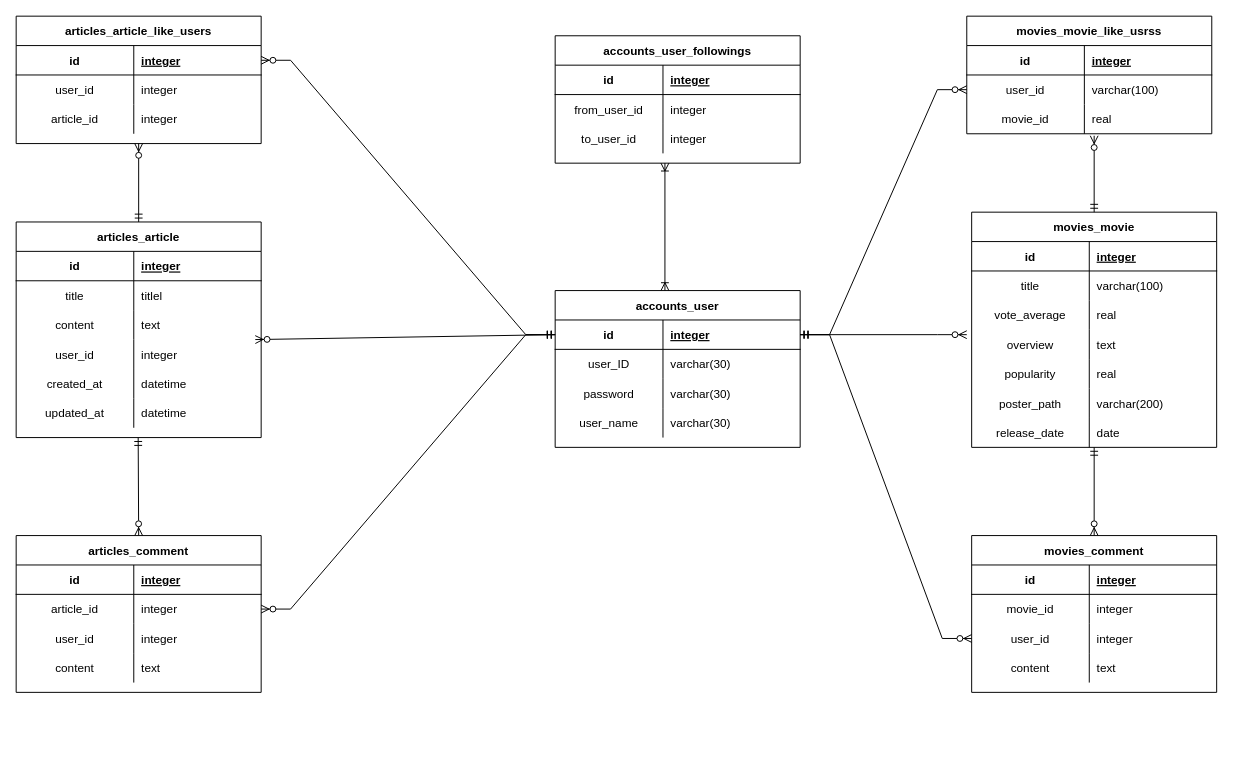
Above: MovieCloud_ERD.drawio in sonesonjabgo/MovieCloud_pjt (draw.io), before the change. Source tidied: cells renumbered, new cells numbered last; positions are measured from the earlier drawing's top-left corner, leaving out a move shared by most shapes. Both pictures are drawn from the tidied source at 98%, with x=0, y=0 at pixel (16, 16).
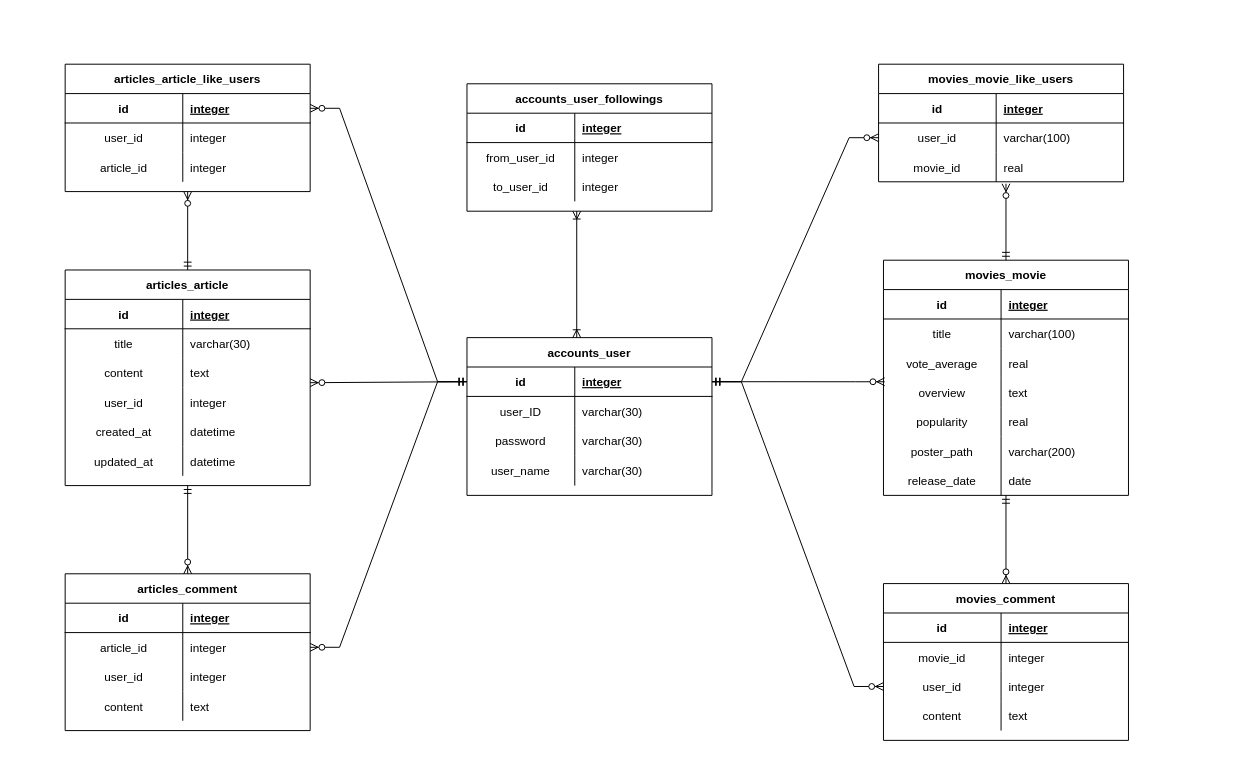
The same diagram, later.

Unchanged cells that the change refers to:
```xml
<mxCell id="3" style="shape=partialRectangle;fillColor=none;points=[[0,0.5],[1,0.5]];portConstraint=eastwest;top=0;left=0;right=0;bottom=1;" parent="2" vertex="1">
  <mxGeometry y="30" width="250" height="30" as="geometry" />
</mxCell>
<mxCell id="25" style="shape=partialRectangle;fillColor=none;points=[[0,0.5],[1,0.5]];portConstraint=eastwest;top=0;left=0;right=0;bottom=0;" parent="15" vertex="1">
  <mxGeometry y="120" width="250" height="30" as="geometry" />
</mxCell>
<mxCell id="41" style="shape=partialRectangle;fillColor=none;top=0;left=0;right=0;bottom=0;" parent="37" vertex="1">
  <mxGeometry y="60" width="250" height="30" as="geometry" />
</mxCell>
<mxCell id="47" style="shape=partialRectangle;fillColor=none;points=[[0,0.5],[1,0.5]];portConstraint=eastwest;top=0;left=0;right=0;bottom=0;" parent="37" vertex="1">
  <mxGeometry y="120" width="250" height="30" as="geometry" />
</mxCell>
```

Change to the diagram source:
```diff
@@
     <mxCell id="2" value="accounts_user" style="shape=table;startSize=30;childLayout=tableLayout;rowLines=0;fontStyle=1;align=center;" parent="1" vertex="1">
-      <mxGeometry x="550" y="280" width="250" height="160" as="geometry" />
+      <mxGeometry x="460" y="328" width="250" height="161" as="geometry" />
     </mxCell>
@@
     <mxCell id="12" style="shape=partialRectangle;fillColor=none;top=0;left=0;right=0;bottom=0;" parent="2" vertex="1">
-      <mxGeometry y="120" width="250" height="30" as="geometry" />
+      <mxGeometry y="120" width="250" height="31" as="geometry" />
     </mxCell>
     <mxCell id="13" value="user_name" style="shape=partialRectangle;overflow=hidden;fillColor=none;top=0;left=0;bottom=0;right=0;" parent="12" vertex="1">
-      <mxGeometry width="110" height="30" as="geometry" />
+      <mxGeometry width="110" height="31" as="geometry" />
     </mxCell>
     <mxCell id="14" value="varchar(30)" style="shape=partialRectangle;overflow=hidden;fillColor=none;top=0;left=0;bottom=0;right=0;align=left;spacingLeft=6;" parent="12" vertex="1">
-      <mxGeometry x="110" width="140" height="30" as="geometry" />
+      <mxGeometry x="110" width="140" height="31" as="geometry" />
     </mxCell>
     <mxCell id="15" value="movies_movie" style="shape=table;startSize=30;childLayout=tableLayout;rowLines=0;fontStyle=1;align=center;" parent="1" vertex="1">
-      <mxGeometry x="975" y="200" width="250" height="240" as="geometry" />
+      <mxGeometry x="885" y="249" width="250" height="240" as="geometry" />
     </mxCell>
@@
     <mxCell id="37" value="articles_article" style="shape=table;startSize=30;childLayout=tableLayout;rowLines=0;fontStyle=1;align=center;" parent="1" vertex="1">
-      <mxGeometry y="210" width="250" height="220" as="geometry" />
+      <mxGeometry x="50" y="259" width="250" height="220" as="geometry" />
     </mxCell>
@@
-    <mxCell id="43" value="titlel" style="shape=partialRectangle;overflow=hidden;fillColor=none;top=0;left=0;bottom=0;right=0;align=left;spacingLeft=6;" parent="41" vertex="1">
+    <mxCell id="43" value="varchar(30)" style="shape=partialRectangle;overflow=hidden;fillColor=none;top=0;left=0;bottom=0;right=0;align=left;spacingLeft=6;" parent="41" vertex="1">
       <mxGeometry x="120" width="130" height="30" as="geometry" />
     </mxCell>
@@
-    <mxCell id="56" value="movies_movie_like_usrss" style="shape=table;startSize=30;childLayout=tableLayout;rowLines=0;fontStyle=1;align=center;" parent="1" vertex="1">
-      <mxGeometry x="970" width="250" height="120" as="geometry" />
+    <mxCell id="56" value="movies_movie_like_users" style="shape=table;startSize=30;childLayout=tableLayout;rowLines=0;fontStyle=1;align=center;" parent="1" vertex="1">
+      <mxGeometry x="880" y="49" width="250" height="120" as="geometry" />
     </mxCell>
@@
     <mxCell id="68" value="articles_comment" style="shape=table;startSize=30;childLayout=tableLayout;rowLines=0;fontStyle=1;align=center;" parent="1" vertex="1">
-      <mxGeometry y="530" width="250" height="160" as="geometry" />
+      <mxGeometry x="50" y="569" width="250" height="160" as="geometry" />
     </mxCell>
@@
-    <mxCell id="81" style="edgeStyle=entityRelationEdgeStyle;fontSize=12;html=1;endArrow=ERzeroToMany;startArrow=ERmandOne;rounded=0;exitX=1;exitY=0.5;exitDx=0;exitDy=0;" parent="1" edge="1" source="3">
-      <mxGeometry relative="1" as="geometry">
-        <mxPoint x="970" y="325" as="targetPoint" />
-      </mxGeometry>
+    <mxCell id="81" style="edgeStyle=entityRelationEdgeStyle;fontSize=12;html=1;endArrow=ERzeroToMany;startArrow=ERmandOne;rounded=0;exitX=1;exitY=0.5;exitDx=0;exitDy=0;entryX=0.005;entryY=0.135;entryDx=0;entryDy=0;entryPerimeter=0;" parent="1" edge="1" source="3" target="25">
+      <mxGeometry relative="1" as="geometry" />
     </mxCell>
-    <mxCell id="82" style="fontSize=12;html=1;endArrow=ERzeroToMany;startArrow=ERmandOne;rounded=0;exitX=0;exitY=0.5;exitDx=0;exitDy=0;entryX=0.976;entryY=0;entryDx=0;entryDy=0;entryPerimeter=0;" parent="1" edge="1" source="3" target="47">
-      <mxGeometry relative="1" as="geometry" />
+    <mxCell id="82" style="fontSize=12;html=1;endArrow=ERzeroToMany;startArrow=ERmandOne;rounded=0;exitX=0;exitY=0.5;exitDx=0;exitDy=0;" parent="1" edge="1" source="3">
+      <mxGeometry relative="1" as="geometry">
+        <mxPoint x="300" y="374" as="targetPoint" />
+      </mxGeometry>
     </mxCell>
     <mxCell id="83" value="accounts_user_followings" style="shape=table;startSize=30;childLayout=tableLayout;rowLines=0;fontStyle=1;align=center;" parent="1" vertex="1">
-      <mxGeometry x="550" y="20" width="250" height="130" as="geometry" />
+      <mxGeometry x="460" y="69" width="250" height="130" as="geometry" />
     </mxCell>
@@
     <mxCell id="93" style="fontSize=12;html=1;endArrow=ERoneToMany;startArrow=ERoneToMany;rounded=0;exitX=0.448;exitY=0;exitDx=0;exitDy=0;exitPerimeter=0;" parent="1" edge="1" source="2">
       <mxGeometry relative="1" as="geometry">
-        <mxPoint x="662" y="150" as="targetPoint" />
+        <mxPoint x="572" y="199" as="targetPoint" />
       </mxGeometry>
     </mxCell>
     <mxCell id="94" value="movies_comment" style="shape=table;startSize=30;childLayout=tableLayout;rowLines=0;fontStyle=1;align=center;" parent="1" vertex="1">
-      <mxGeometry x="975" y="530" width="250" height="160" as="geometry" />
+      <mxGeometry x="885" y="579" width="250" height="160" as="geometry" />
     </mxCell>
@@
     <mxCell id="109" value="articles_article_like_users" style="shape=table;startSize=30;childLayout=tableLayout;rowLines=0;fontStyle=1;align=center;" parent="1" vertex="1">
-      <mxGeometry width="250" height="130" as="geometry" />
+      <mxGeometry x="50" y="49" width="250" height="130" as="geometry" />
     </mxCell>
@@
-    <mxCell id="122" style="fontSize=12;html=1;endArrow=ERzeroToMany;startArrow=ERmandOne;rounded=0;exitX=0.5;exitY=1;exitDx=0;exitDy=0;entryX=0.5;entryY=0;entryDx=0;entryDy=0;exitPerimeter=0;" parent="1" edge="1" target="68">
-      <mxGeometry relative="1" as="geometry">
-        <mxPoint x="124.5" y="430" as="sourcePoint" />
-      </mxGeometry>
+    <mxCell id="122" style="fontSize=12;html=1;endArrow=ERzeroToMany;startArrow=ERmandOne;rounded=0;exitX=0.5;exitY=1;exitDx=0;exitDy=0;entryX=0.5;entryY=0;entryDx=0;entryDy=0;" parent="1" edge="1" source="37" target="68">
+      <mxGeometry relative="1" as="geometry" />
     </mxCell>
```
